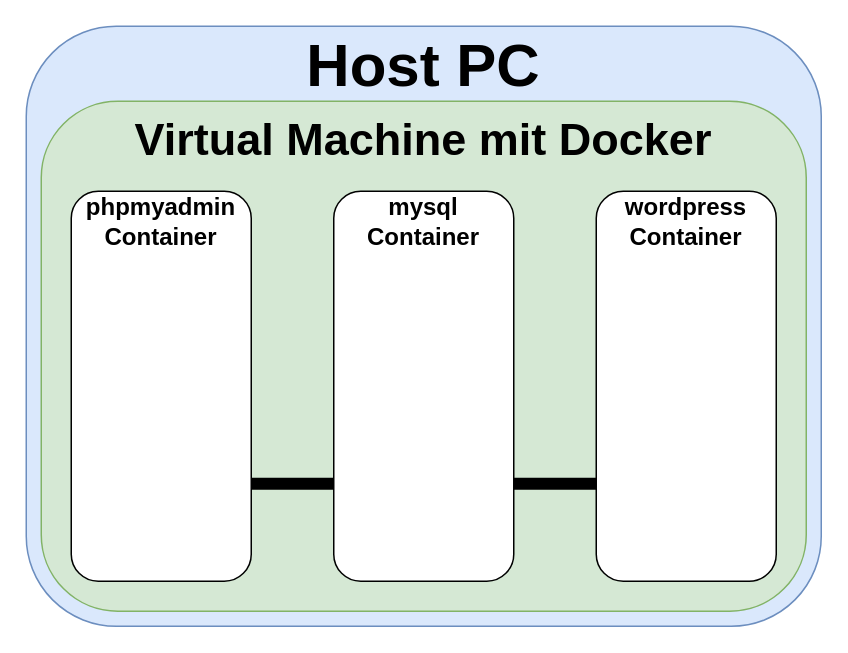
RaphaelFrisano/m300_lb keeps this draw.io diagram as lb3/Netzwerkplan.drawio. Above is the earlier version. Source tidied: cells renumbered, new cells numbered last; positions are measured from the earlier drawing's top-left corner, leaving out a move shared by most shapes. Both pictures are drawn from the tidied source at 150%, with x=0, y=0 at pixel (26, 26).
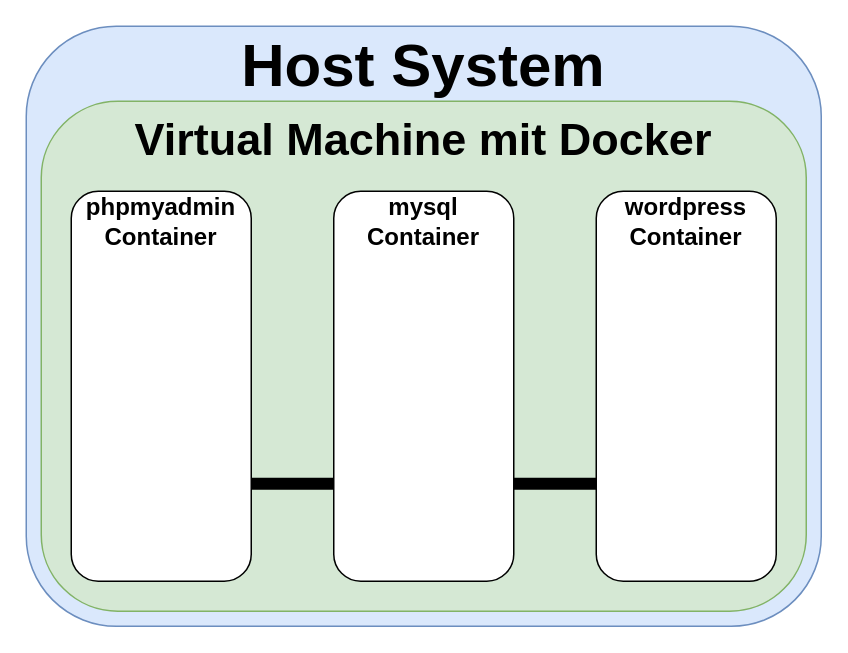
The same diagram, later.

Diff of the diagram source:
```diff
@@
 <mxGraphModel>
   <root>
     <mxCell id="0" />
     <mxCell id="1" parent="0" />
     <mxCell id="2" style="rounded=1;whiteSpace=wrap;html=1;fillColor=#dae8fc;strokeColor=#6c8ebf;" parent="1" vertex="1">
       <mxGeometry width="530" height="400" as="geometry" />
     </mxCell>
     <mxCell id="3" style="rounded=1;whiteSpace=wrap;html=1;fillColor=#d5e8d4;strokeColor=#82b366;" parent="1" vertex="1">
       <mxGeometry x="10" y="50" width="510" height="340" as="geometry" />
     </mxCell>
     <mxCell id="4" style="rounded=1;whiteSpace=wrap;html=1;" parent="1" vertex="1">
       <mxGeometry x="30" y="110" width="120" height="260" as="geometry" />
     </mxCell>
     <mxCell id="5" style="rounded=1;whiteSpace=wrap;html=1;" parent="1" vertex="1">
       <mxGeometry x="205" y="110" width="120" height="260" as="geometry" />
     </mxCell>
     <mxCell id="6" style="rounded=1;whiteSpace=wrap;html=1;" parent="1" vertex="1">
       <mxGeometry x="380" y="110" width="120" height="260" as="geometry" />
     </mxCell>
-    <mxCell id="7" value="Host PC" style="text;html=1;strokeColor=none;fillColor=none;align=center;verticalAlign=middle;whiteSpace=wrap;rounded=0;fontSize=40;fontStyle=1;" parent="1" vertex="1">
+    <mxCell id="7" value="Host System" style="text;html=1;strokeColor=none;fillColor=none;align=center;verticalAlign=middle;whiteSpace=wrap;rounded=0;fontSize=40;fontStyle=1;" parent="1" vertex="1">
       <mxGeometry width="530" height="50" as="geometry" />
     </mxCell>
     <mxCell id="8" value="Virtual Machine mit Docker" style="text;html=1;strokeColor=none;fillColor=none;align=center;verticalAlign=middle;whiteSpace=wrap;rounded=0;fontSize=30;fontStyle=1;" parent="1" vertex="1">
       <mxGeometry x="10" y="50" width="510" height="50" as="geometry" />
     </mxCell>
     <mxCell id="9" style="endArrow=none;html=1;fontSize=48;exitX=1;exitY=0.75;exitDx=0;exitDy=0;entryX=0;entryY=0.75;entryDx=0;entryDy=0;strokeWidth=8;" parent="1" edge="1" source="4" target="5">
       <mxGeometry relative="1" as="geometry" />
     </mxCell>
     <mxCell id="10" style="endArrow=none;html=1;fontSize=48;exitX=1;exitY=0.75;exitDx=0;exitDy=0;entryX=0;entryY=0.75;entryDx=0;entryDy=0;strokeWidth=8;" parent="1" edge="1" source="5" target="6">
       <mxGeometry relative="1" as="geometry" />
     </mxCell>
     <mxCell id="11" value="&lt;font style=&quot;font-size: 16px&quot;&gt;phpmyadmin&lt;br&gt;Container&lt;br&gt;&lt;/font&gt;" style="text;html=1;strokeColor=none;fillColor=none;align=center;verticalAlign=middle;whiteSpace=wrap;rounded=0;fontSize=16;fontStyle=1;" parent="1" vertex="1">
       <mxGeometry x="30" y="110" width="120" height="40" as="geometry" />
     </mxCell>
     <mxCell id="12" value="&lt;font style=&quot;font-size: 16px&quot;&gt;mysql&lt;br&gt;Container&lt;br&gt;&lt;/font&gt;" style="text;html=1;strokeColor=none;fillColor=none;align=center;verticalAlign=middle;whiteSpace=wrap;rounded=0;fontSize=16;fontStyle=1;" parent="1" vertex="1">
       <mxGeometry x="205" y="110" width="120" height="40" as="geometry" />
     </mxCell>
     <mxCell id="13" value="&lt;font style=&quot;font-size: 16px&quot;&gt;wordpress&lt;br&gt;Container&lt;br&gt;&lt;/font&gt;" style="text;html=1;strokeColor=none;fillColor=none;align=center;verticalAlign=middle;whiteSpace=wrap;rounded=0;fontSize=16;fontStyle=1;" parent="1" vertex="1">
       <mxGeometry x="380" y="110" width="120" height="40" as="geometry" />
     </mxCell>
   </root>
 </mxGraphModel>
```
